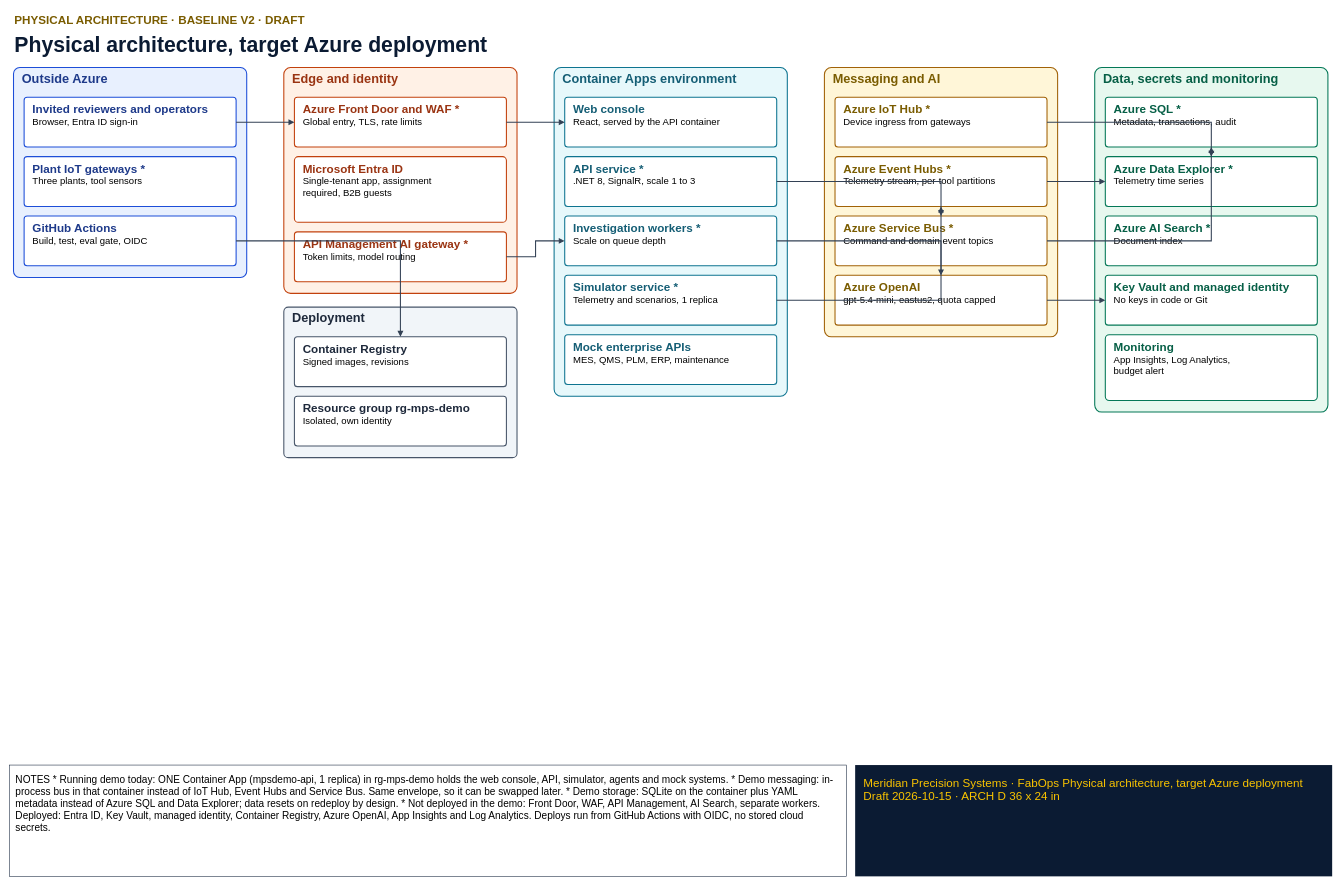
Above: docs/diagrams/v2/physical.drawio in ccc-bcweis/mps-quality-agents (draw.io), before the change. Source tidied: cells renumbered, new cells numbered last; positions are measured from the earlier drawing's top-left corner, leaving out a move shared by most shapes. Both pictures are drawn from the tidied source at 53%, with x=0, y=0 at pixel (9, 9).
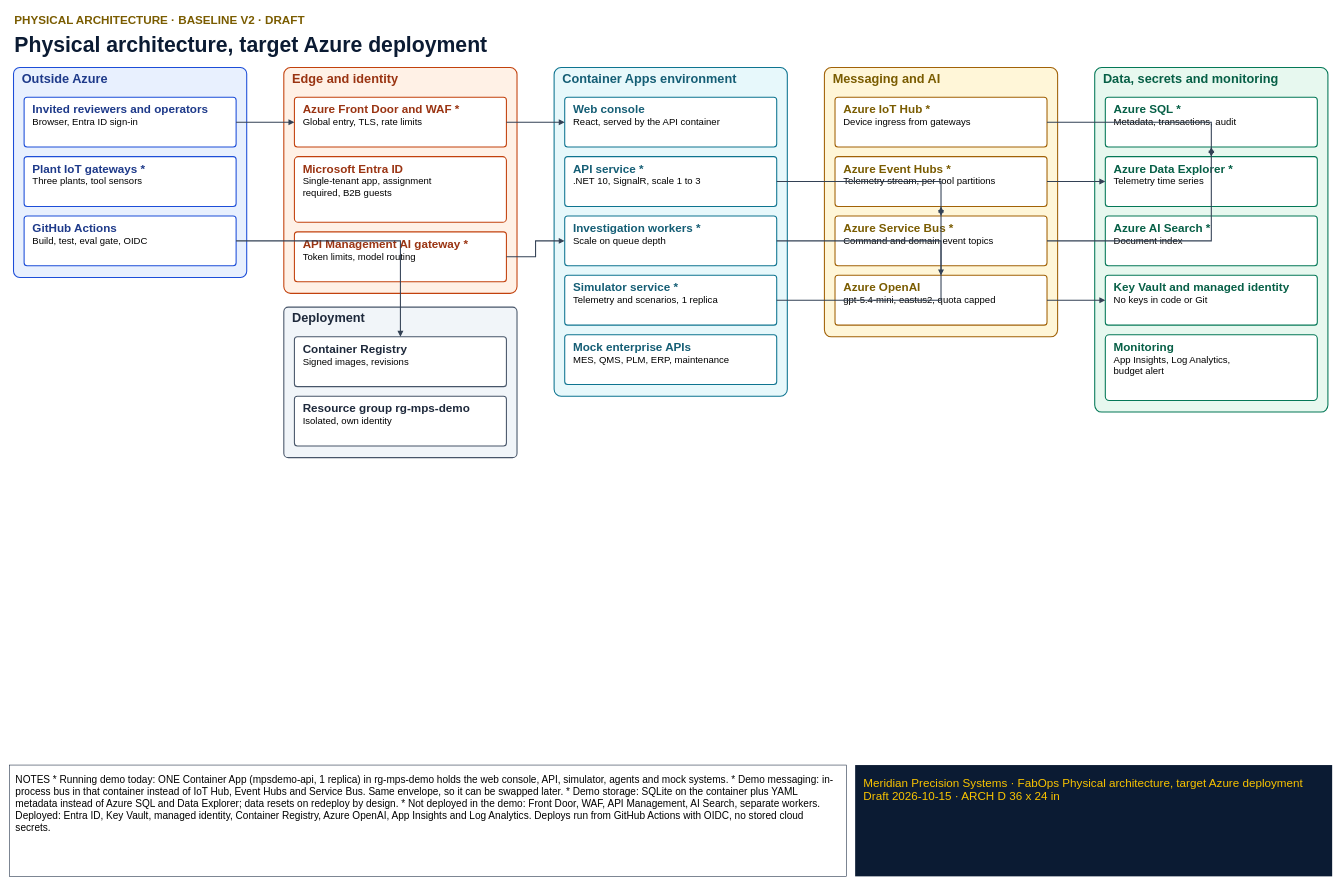
The same page after the edit.

Commit message (it also covers changes not shown here):
docs: .NET 10 in README, SPEC, glossary and architecture diagram sources; deploy shape test expects aspnet:10.0 (#282)

Change to the diagram source:
```diff
@@
-    <mxCell id="17" value="&lt;b&gt;&lt;font color=&quot;#155E75&quot; style=&quot;font-size:22px&quot;&gt;API service *&lt;/font&gt;&lt;/b&gt;&lt;br&gt;.NET 8, SignalR, scale 1 to 3" style="rounded=1;arcSize=6;whiteSpace=wrap;html=1;fillColor=#FFFFFF;strokeColor=#0E7490;strokeWidth=2;fontSize=18;align=left;verticalAlign=top;spacingLeft=14;spacingTop=4;" parent="1" vertex="1">
+    <mxCell id="17" value="&lt;b&gt;&lt;font color=&quot;#155E75&quot; style=&quot;font-size:22px&quot;&gt;API service *&lt;/font&gt;&lt;/b&gt;&lt;br&gt;.NET 10, SignalR, scale 1 to 3" style="rounded=1;arcSize=6;whiteSpace=wrap;html=1;fillColor=#FFFFFF;strokeColor=#0E7490;strokeWidth=2;fontSize=18;align=left;verticalAlign=top;spacingLeft=14;spacingTop=4;" parent="1" vertex="1">
       <mxGeometry x="1048" y="278" width="400" height="94" as="geometry" />
     </mxCell>
```
